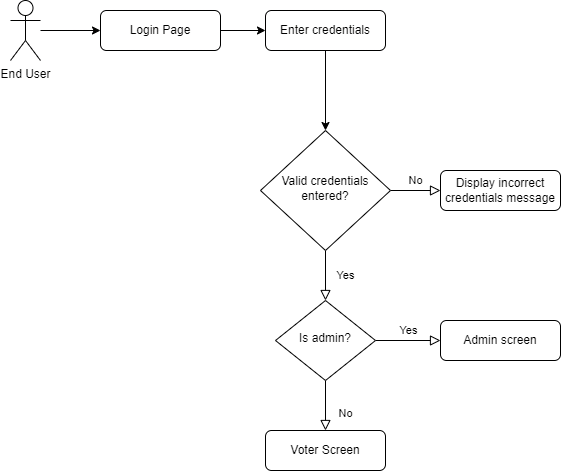
This is Planning/MDAO Voting System - End User Basic Flowchart.png from marketicssystem/mdao-voting, a draw.io export, as it was before one commit. Source tidied: cells renumbered, new cells last; positions are measured from the earlier drawing's top-left corner, leaving out a move shared by most shapes. Its diagram source:
```xml
<mxGraphModel>
  <root>
    <mxCell id="0" />
    <mxCell id="1" parent="0" />
    <mxCell id="2" style="edgeStyle=orthogonalEdgeStyle;rounded=0;jettySize=auto;html=1;exitX=1;exitY=0.5;exitDx=0;exitDy=0;" parent="1" edge="1" source="3" target="16">
      <mxGeometry relative="1" as="geometry" />
    </mxCell>
    <mxCell id="3" value="Login Page" style="rounded=1;whiteSpace=wrap;html=1;fontSize=12;glass=0;strokeWidth=1;shadow=0;" parent="1" vertex="1">
      <mxGeometry x="90" y="10" width="120" height="40" as="geometry" />
    </mxCell>
    <mxCell id="4" value="Yes" style="rounded=0;html=1;jettySize=auto;fontSize=11;endArrow=block;endFill=0;endSize=8;strokeWidth=1;shadow=0;labelBackgroundColor=none;edgeStyle=orthogonalEdgeStyle;" parent="1" edge="1" source="6" target="10">
      <mxGeometry y="20" relative="1" as="geometry" />
    </mxCell>
    <mxCell id="5" value="No" style="edgeStyle=orthogonalEdgeStyle;rounded=0;html=1;jettySize=auto;fontSize=11;endArrow=block;endFill=0;endSize=8;strokeWidth=1;shadow=0;labelBackgroundColor=none;" parent="1" edge="1" source="6" target="7">
      <mxGeometry y="10" relative="1" as="geometry" />
    </mxCell>
    <mxCell id="6" value="Valid credentials entered?" style="rhombus;whiteSpace=wrap;html=1;shadow=0;fontFamily=Helvetica;fontSize=12;align=center;strokeWidth=1;spacing=6;spacingTop=-4;" parent="1" vertex="1">
      <mxGeometry x="250" y="130" width="130" height="120" as="geometry" />
    </mxCell>
    <mxCell id="7" value="Display incorrect credentials message" style="rounded=1;whiteSpace=wrap;html=1;fontSize=12;glass=0;strokeWidth=1;shadow=0;" parent="1" vertex="1">
      <mxGeometry x="430" y="170" width="120" height="40" as="geometry" />
    </mxCell>
    <mxCell id="8" value="No" style="rounded=0;html=1;jettySize=auto;fontSize=11;endArrow=block;endFill=0;endSize=8;strokeWidth=1;shadow=0;labelBackgroundColor=none;edgeStyle=orthogonalEdgeStyle;" parent="1" edge="1" source="10" target="11">
      <mxGeometry x="0.33" y="20" relative="1" as="geometry" />
    </mxCell>
    <mxCell id="9" value="Yes" style="edgeStyle=orthogonalEdgeStyle;rounded=0;html=1;jettySize=auto;fontSize=11;endArrow=block;endFill=0;endSize=8;strokeWidth=1;shadow=0;labelBackgroundColor=none;" parent="1" edge="1" source="10" target="12">
      <mxGeometry y="10" relative="1" as="geometry" />
    </mxCell>
    <mxCell id="10" value="Is admin?" style="rhombus;whiteSpace=wrap;html=1;shadow=0;fontFamily=Helvetica;fontSize=12;align=center;strokeWidth=1;spacing=6;spacingTop=-4;" parent="1" vertex="1">
      <mxGeometry x="265" y="300" width="100" height="80" as="geometry" />
    </mxCell>
    <mxCell id="11" value="Voter Screen" style="rounded=1;whiteSpace=wrap;html=1;fontSize=12;glass=0;strokeWidth=1;shadow=0;" parent="1" vertex="1">
      <mxGeometry x="255" y="430" width="120" height="40" as="geometry" />
    </mxCell>
    <mxCell id="12" value="Admin screen" style="rounded=1;whiteSpace=wrap;html=1;fontSize=12;glass=0;strokeWidth=1;shadow=0;" parent="1" vertex="1">
      <mxGeometry x="430" y="320" width="120" height="40" as="geometry" />
    </mxCell>
    <mxCell id="13" style="edgeStyle=orthogonalEdgeStyle;rounded=0;jettySize=auto;html=1;entryX=0;entryY=0.5;entryDx=0;entryDy=0;" parent="1" edge="1" source="14" target="3">
      <mxGeometry relative="1" as="geometry" />
    </mxCell>
    <mxCell id="14" value="End User" style="shape=umlActor;verticalLabelPosition=bottom;verticalAlign=top;html=1;outlineConnect=0;" parent="1" vertex="1">
      <mxGeometry width="30" height="60" as="geometry" />
    </mxCell>
    <mxCell id="15" style="edgeStyle=orthogonalEdgeStyle;rounded=0;jettySize=auto;html=1;exitX=0.5;exitY=1;exitDx=0;exitDy=0;" parent="1" edge="1" source="16" target="6">
      <mxGeometry relative="1" as="geometry" />
    </mxCell>
    <mxCell id="16" value="Enter credentials" style="rounded=1;whiteSpace=wrap;html=1;fontSize=12;glass=0;strokeWidth=1;shadow=0;" parent="1" vertex="1">
      <mxGeometry x="255" y="10" width="120" height="40" as="geometry" />
    </mxCell>
  </root>
</mxGraphModel>
```
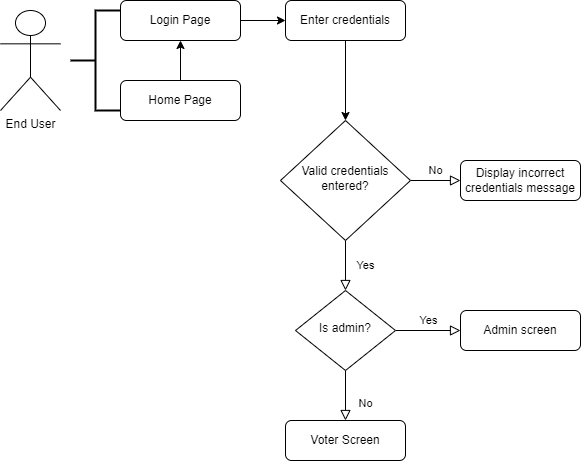
The same file after the commit.

Change to the diagram source:
```diff
@@ -35,11 +35,8 @@
     <mxCell id="12" value="Admin screen" style="rounded=1;whiteSpace=wrap;html=1;fontSize=12;glass=0;strokeWidth=1;shadow=0;" parent="1" vertex="1">
       <mxGeometry x="430" y="320" width="120" height="40" as="geometry" />
     </mxCell>
-    <mxCell id="13" style="edgeStyle=orthogonalEdgeStyle;rounded=0;jettySize=auto;html=1;entryX=0;entryY=0.5;entryDx=0;entryDy=0;" parent="1" edge="1" source="14" target="3">
-      <mxGeometry relative="1" as="geometry" />
-    </mxCell>
     <mxCell id="14" value="End User" style="shape=umlActor;verticalLabelPosition=bottom;verticalAlign=top;html=1;outlineConnect=0;" parent="1" vertex="1">
-      <mxGeometry width="30" height="60" as="geometry" />
+      <mxGeometry x="-30" y="20" width="60" height="100" as="geometry" />
     </mxCell>
     <mxCell id="15" style="edgeStyle=orthogonalEdgeStyle;rounded=0;jettySize=auto;html=1;exitX=0.5;exitY=1;exitDx=0;exitDy=0;" parent="1" edge="1" source="16" target="6">
       <mxGeometry relative="1" as="geometry" />
@@ -47,5 +44,14 @@
     <mxCell id="16" value="Enter credentials" style="rounded=1;whiteSpace=wrap;html=1;fontSize=12;glass=0;strokeWidth=1;shadow=0;" parent="1" vertex="1">
       <mxGeometry x="255" y="10" width="120" height="40" as="geometry" />
     </mxCell>
+    <mxCell id="17" style="edgeStyle=orthogonalEdgeStyle;rounded=0;jettySize=auto;html=1;exitX=0.5;exitY=0;exitDx=0;exitDy=0;entryX=0.5;entryY=1;entryDx=0;entryDy=0;" parent="1" edge="1" source="18" target="3">
+      <mxGeometry relative="1" as="geometry" />
+    </mxCell>
+    <mxCell id="18" value="Home Page" style="rounded=1;whiteSpace=wrap;html=1;fontSize=12;glass=0;strokeWidth=1;shadow=0;" parent="1" vertex="1">
+      <mxGeometry x="90" y="90" width="120" height="40" as="geometry" />
+    </mxCell>
+    <mxCell id="19" style="strokeWidth=2;html=1;shape=mxgraph.flowchart.annotation_2;align=left;labelPosition=right;" parent="1" vertex="1">
+      <mxGeometry x="40" y="20" width="50" height="100" as="geometry" />
+    </mxCell>
   </root>
 </mxGraphModel>
```
